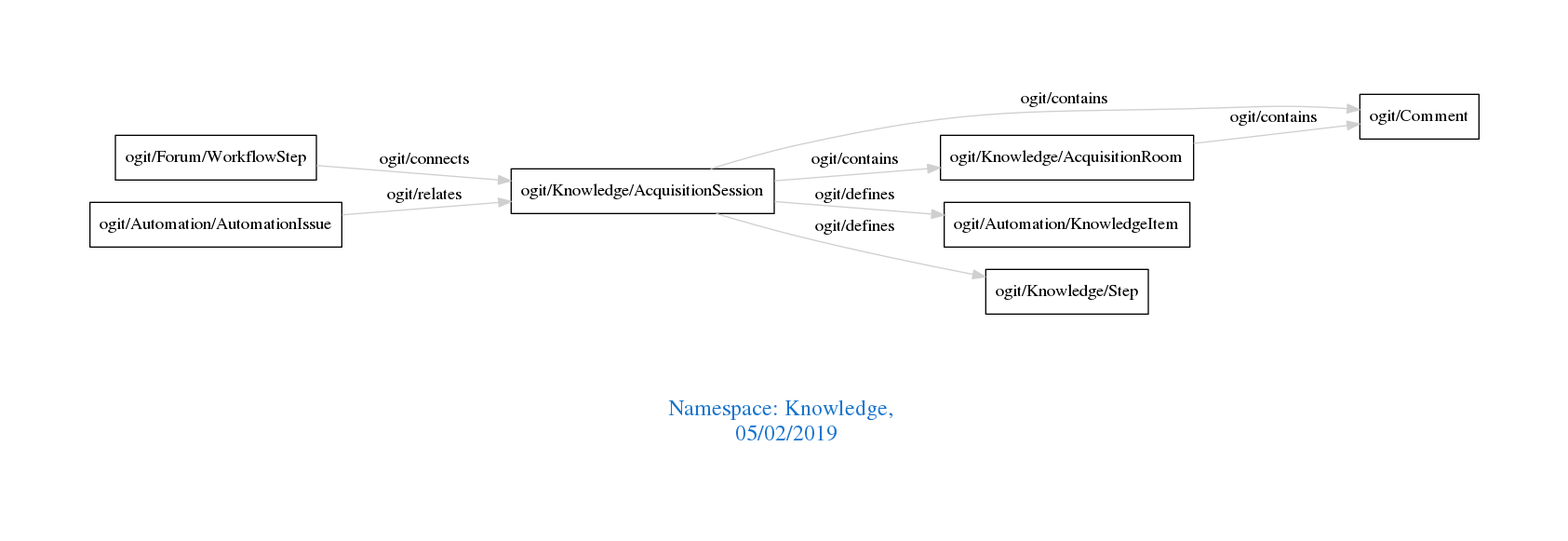
arago/OGIT keeps this Graphviz diagram as downloads/Knowledge.png. Above is the earlier version. Its source is kept beside it as downloads/Knowledge.dot.
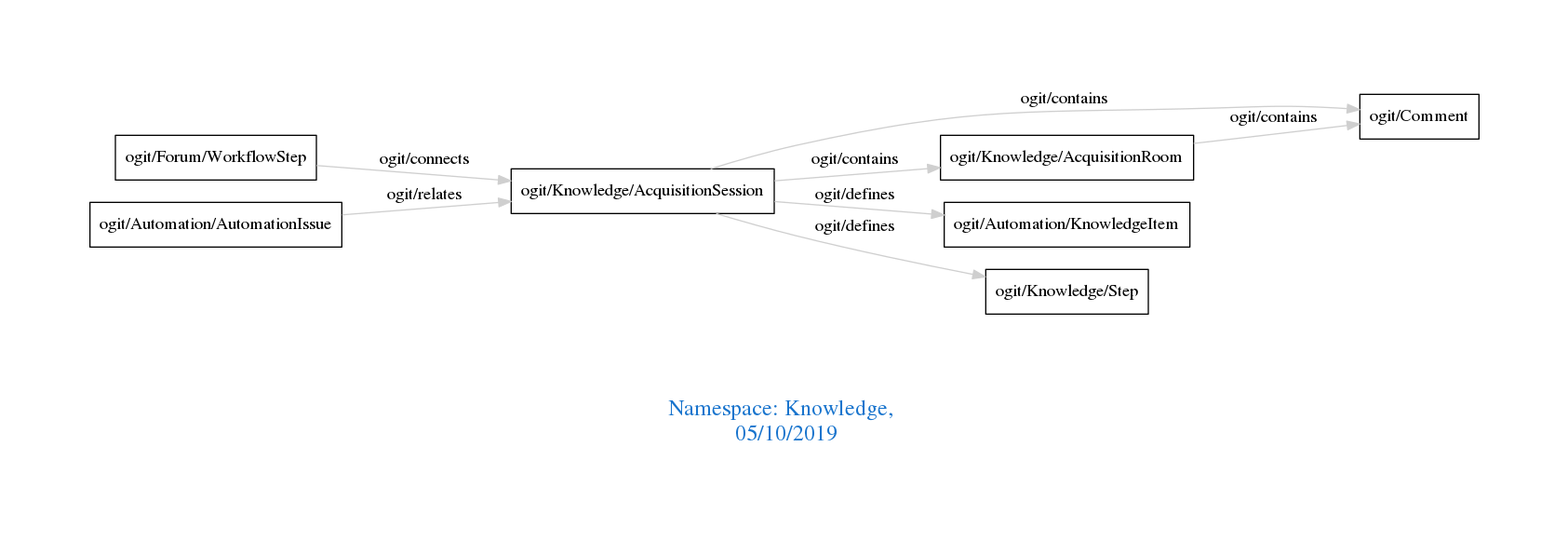
The same diagram one commit later.

Change to the diagram source:
```diff
@@ -1,7 +1,7 @@
 digraph OGIT_ontology {
  graph [ rankdir= LR,pad=1
 fontsize = 18,
-fontcolor= dodgerblue3,label = "\n\n\nNamespace: Knowledge, \n 05/02/2019"];
+fontcolor= dodgerblue3,label = "\n\n\nNamespace: Knowledge, \n 05/10/2019"];
 node[shape=polygon];
 edge [  color="gray81"];
 
```
